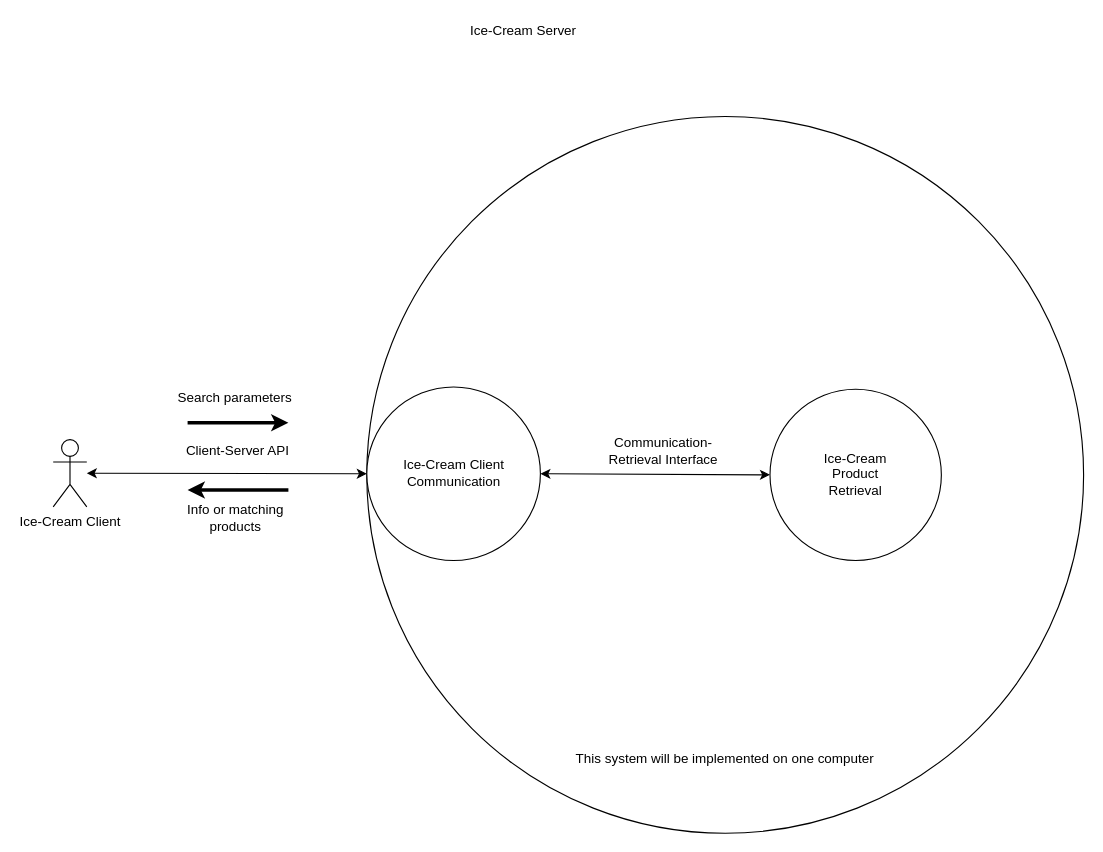
Above: System_Analysis/Server_Design.drawio in tslever/Tom_Levers_Public_Git_Repository (draw.io), before the change. Source tidied: cells renumbered, new cells numbered last; positions are measured from the earlier drawing's top-left corner, leaving out a move shared by most shapes. Both pictures are drawn from the tidied source at 112%, with x=0, y=0 at pixel (53, 19).
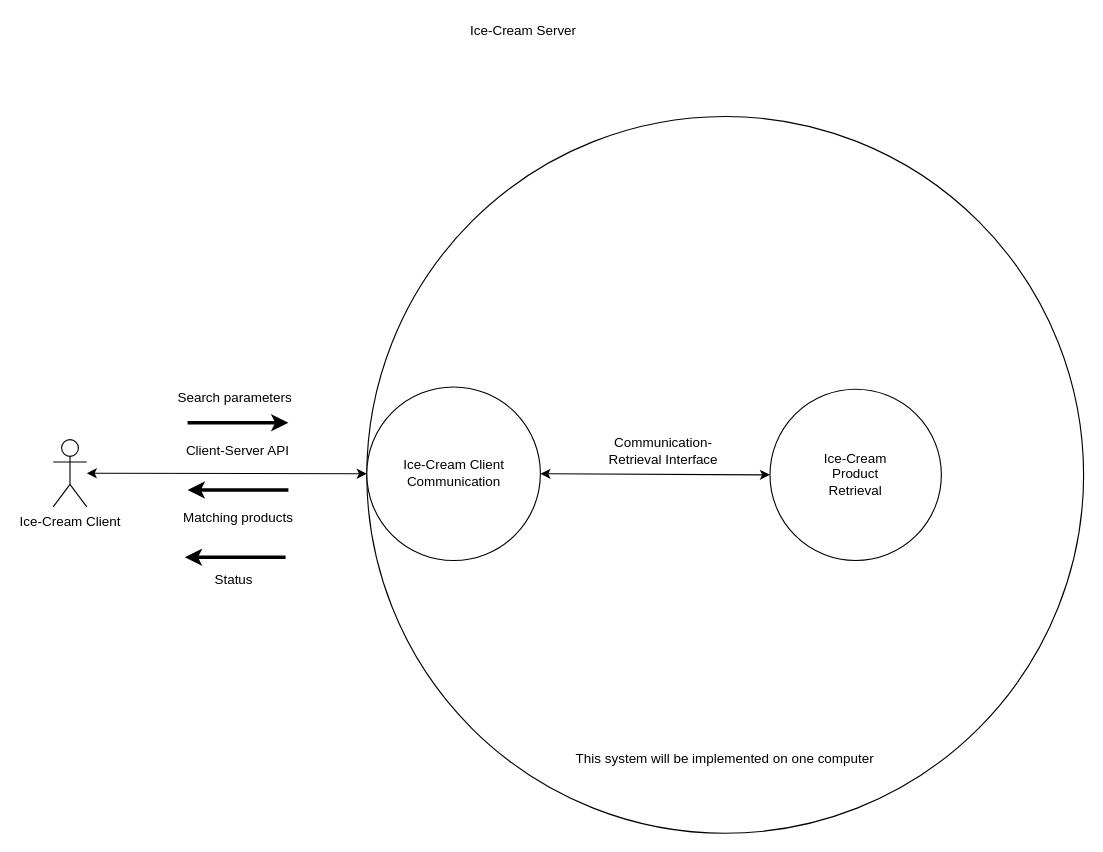
After the change.

The edit, as a diff of the source:
```diff
@@
-    <mxCell id="15" value="Info or matching products" style="text;html=1;strokeColor=none;fillColor=none;align=center;verticalAlign=middle;whiteSpace=wrap;rounded=0;" parent="1" vertex="1">
-      <mxGeometry x="112.5" y="435" width="100" height="20" as="geometry" />
+    <mxCell id="15" value="Matching products" style="text;html=1;strokeColor=none;fillColor=none;align=center;verticalAlign=middle;whiteSpace=wrap;rounded=0;" parent="1" vertex="1">
+      <mxGeometry x="113.8" y="435" width="102.5" height="20" as="geometry" />
     </mxCell>
@@
+    <mxCell id="21" style="endArrow=none;html=1;strokeWidth=3;startArrow=classic;startFill=1;" parent="1" edge="1">
+      <mxGeometry relative="1" as="geometry">
+        <mxPoint x="117.5" y="480" as="sourcePoint" />
+        <mxPoint x="207.5" y="480" as="targetPoint" />
+      </mxGeometry>
+    </mxCell>
+    <mxCell id="22" value="Status" style="text;html=1;strokeColor=none;fillColor=none;align=center;verticalAlign=middle;whiteSpace=wrap;rounded=0;" parent="1" vertex="1">
+      <mxGeometry x="110" y="490" width="102.5" height="20" as="geometry" />
+    </mxCell>
```
